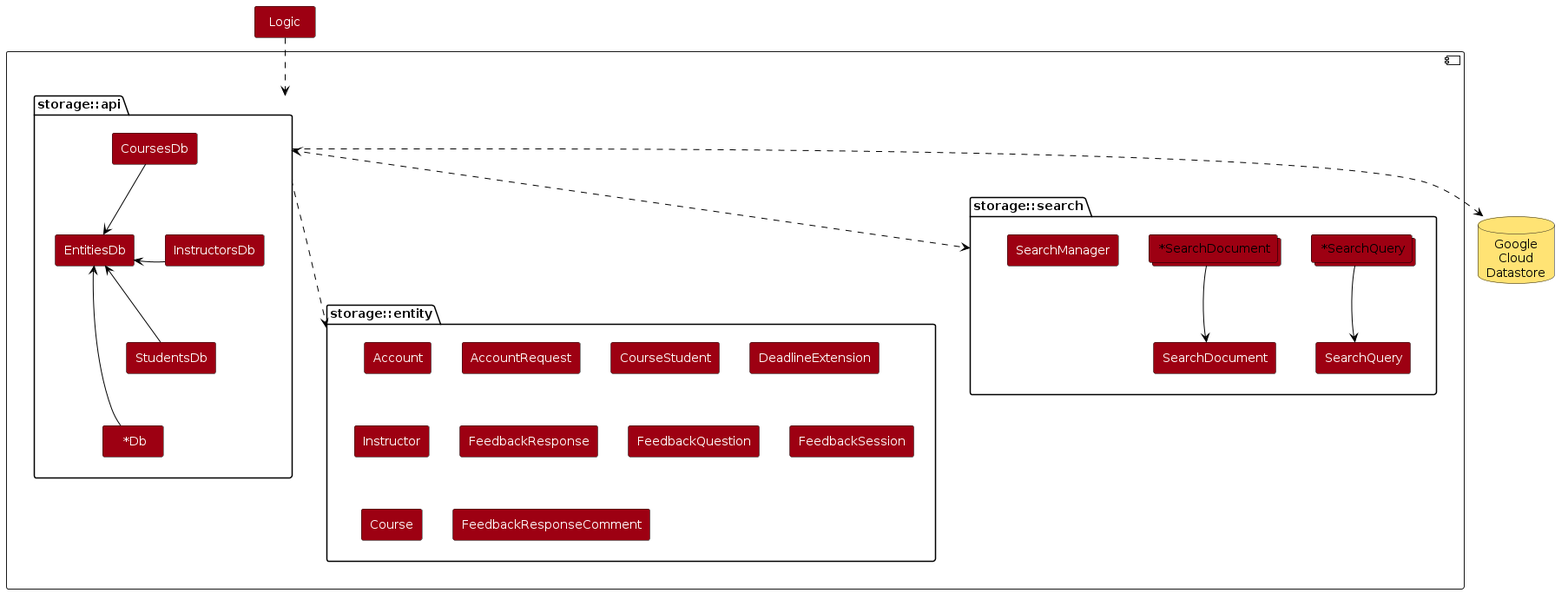
The PlantUML diagram diagrams/StorageComponent.png in TEAMMATES/teammates, before a commit. Its source is kept beside it as diagrams/StorageComponent.puml.
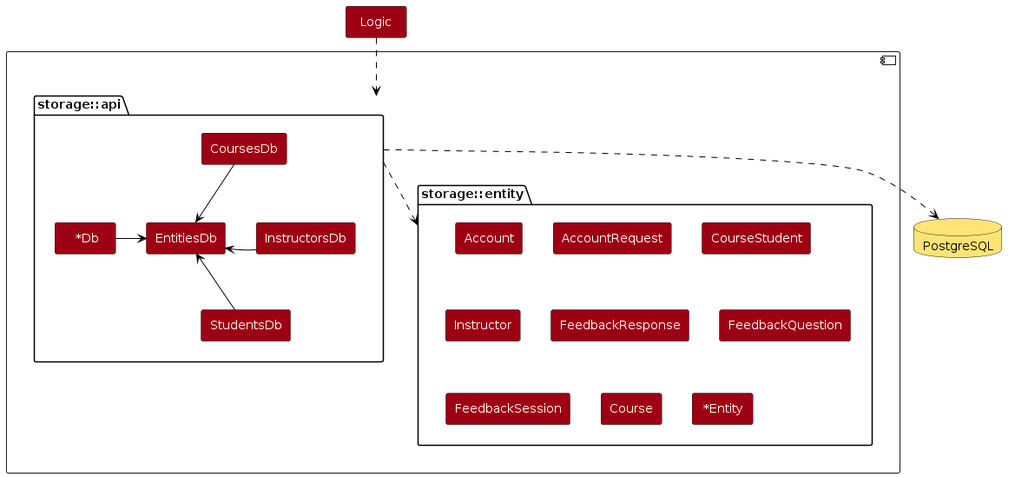
After the commit.

The edit, as a diff of the source:
```diff
@@ -4,8 +4,6 @@
 skinparam componentFontColor #FFFFFF
 skinparam packageBackgroundColor #FFFFFF
 skinparam rectangleBackgroundColor MODEL_COLOR
-skinparam collectionsBackgroundColor MODEL_COLOR
-skinparam collectionsBorderColor #000000
 skinparam rectangleFontColor #FFFFFF
 skinparam arrowColor #000000
 
@@ -15,13 +13,12 @@
         rectangle Account
         rectangle AccountRequest
         rectangle CourseStudent
-        rectangle DeadlineExtension
         rectangle Instructor
         rectangle FeedbackResponse
         rectangle FeedbackQuestion
         rectangle FeedbackSession
         rectangle Course
-        rectangle FeedbackResponseComment
+        rectangle "~*Entity"
     }
 
     package "storage::api" as Api {
@@ -31,39 +28,22 @@
         rectangle StudentsDb
         rectangle " *Db" as Db
     }
-
-    package "storage::search" as Search {
-        rectangle "SearchQuery" as SQ1
-        rectangle "SearchDocument" as SD1
-        collections " *SearchQuery" as SQ2
-        collections " *SearchDocument" as SD2
-        rectangle SearchManager
-    }
 }
 
 rectangle Logic
-database "Google\nCloud\nDatastore" as GCD STORAGE_COLOR_T1
+database "PostgreSQL" as db STORAGE_COLOR_T1
 
 CoursesDb -> EntitiesDb
 InstructorsDb -> EntitiesDb
 StudentsDb -> EntitiesDb
 Db -> EntitiesDb
 
-SQ2 -> SQ1
-SD2 -> SD1
-
-Logic ..> Api
-Api ..> GCD
-
+Logic .down.> Api
 Api ..> Entity
-Api <..> Search
+Api ..> db
 
 EntitiesDb -[hidden]right- InstructorsDb
 CoursesDb -[hidden]down- InstructorsDb
 InstructorsDb -[hidden]down- StudentsDb
-StudentsDb -[hidden]down- Db
-SD1 -[hidden]down- SD2
-SQ1 -[hidden]down- SQ2
-Search -[hidden]down- Entity
 
 @enduml
```
